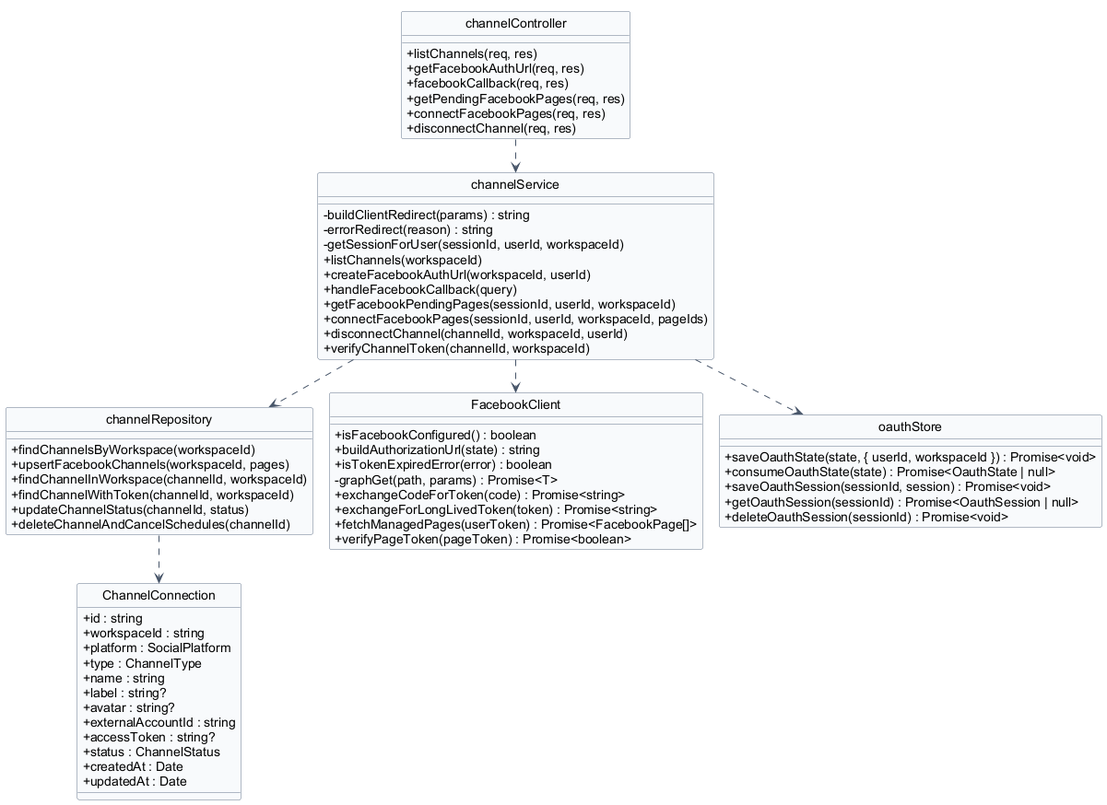
The PlantUML diagram docs/diagrams/04-channel.png in Pham-Hong-Ky/marka-capstone, before a commit.
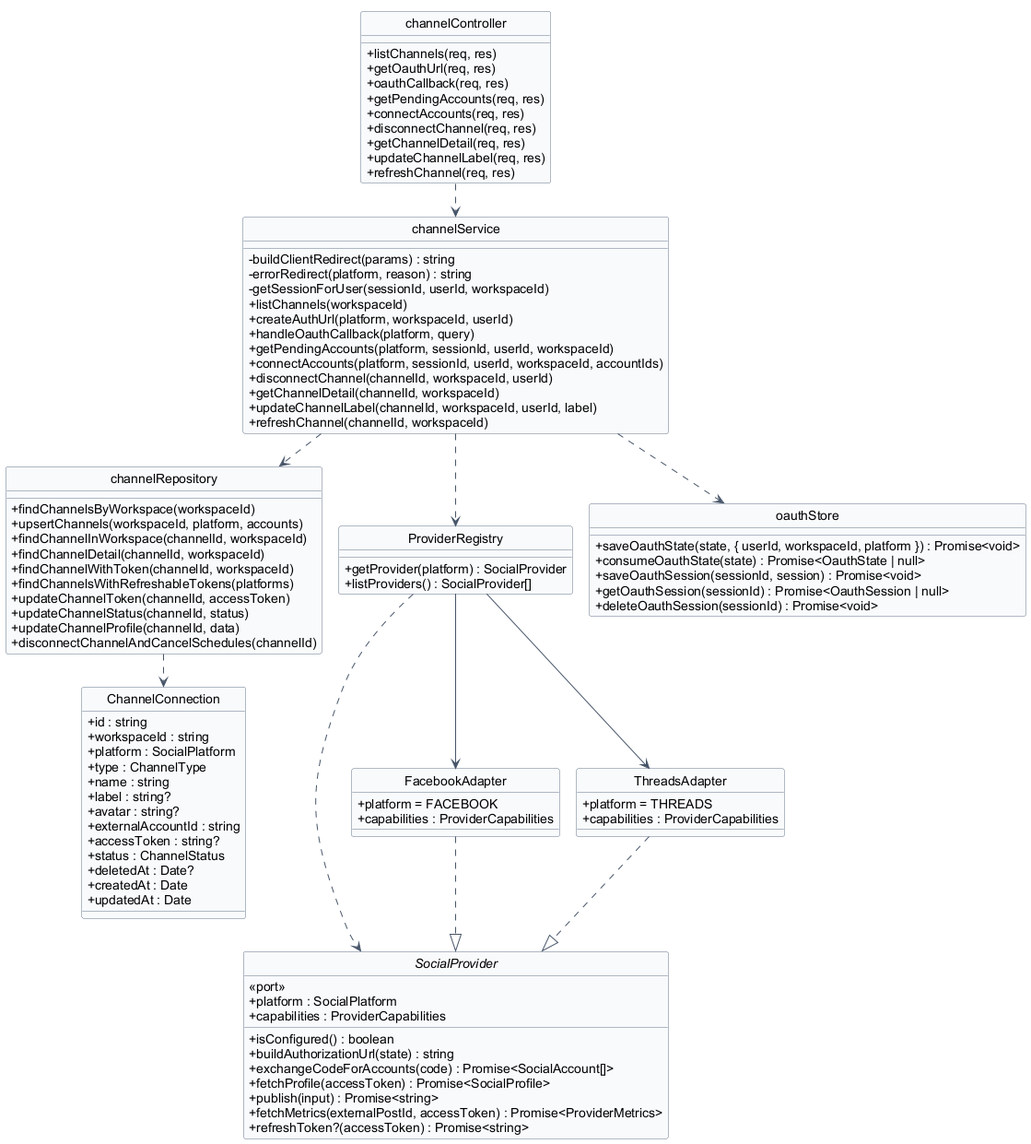
The same diagram one commit later.

What changed in the source:
```diff
@@ -26,54 +26,81 @@
   + externalAccountId : string
   + accessToken : string?
   + status : ChannelStatus
+  + deletedAt : Date?
   + createdAt : Date
   + updatedAt : Date
 }
 
 class "channelController" as channelController {
   + listChannels(req, res)
-  + getFacebookAuthUrl(req, res)
-  + facebookCallback(req, res)
-  + getPendingFacebookPages(req, res)
-  + connectFacebookPages(req, res)
+  + getOauthUrl(req, res)
+  + oauthCallback(req, res)
+  + getPendingAccounts(req, res)
+  + connectAccounts(req, res)
   + disconnectChannel(req, res)
+  + getChannelDetail(req, res)
+  + updateChannelLabel(req, res)
+  + refreshChannel(req, res)
 }
 
 class "channelService" as channelService {
   - buildClientRedirect(params) : string
-  - errorRedirect(reason) : string
+  - errorRedirect(platform, reason) : string
   - getSessionForUser(sessionId, userId, workspaceId)
   + listChannels(workspaceId)
-  + createFacebookAuthUrl(workspaceId, userId)
-  + handleFacebookCallback(query)
-  + getFacebookPendingPages(sessionId, userId, workspaceId)
-  + connectFacebookPages(sessionId, userId, workspaceId, pageIds)
+  + createAuthUrl(platform, workspaceId, userId)
+  + handleOauthCallback(platform, query)
+  + getPendingAccounts(platform, sessionId, userId, workspaceId)
+  + connectAccounts(platform, sessionId, userId, workspaceId, accountIds)
   + disconnectChannel(channelId, workspaceId, userId)
-  + verifyChannelToken(channelId, workspaceId)
+  + getChannelDetail(channelId, workspaceId)
+  + updateChannelLabel(channelId, workspaceId, userId, label)
+  + refreshChannel(channelId, workspaceId)
 }
 
 class "channelRepository" as channelRepository {
   + findChannelsByWorkspace(workspaceId)
-  + upsertFacebookChannels(workspaceId, pages)
+  + upsertChannels(workspaceId, platform, accounts)
   + findChannelInWorkspace(channelId, workspaceId)
+  + findChannelDetail(channelId, workspaceId)
   + findChannelWithToken(channelId, workspaceId)
+  + findChannelsWithRefreshableTokens(platforms)
+  + updateChannelToken(channelId, accessToken)
   + updateChannelStatus(channelId, status)
-  + deleteChannelAndCancelSchedules(channelId)
+  + updateChannelProfile(channelId, data)
+  + disconnectChannelAndCancelSchedules(channelId)
 }
 
-class "FacebookClient" as facebookClient {
-  + isFacebookConfigured() : boolean
+interface "SocialProvider" as socialProvider {
+  <<port>>
+  + platform : SocialPlatform
+  + capabilities : ProviderCapabilities
+  + isConfigured() : boolean
   + buildAuthorizationUrl(state) : string
-  + isTokenExpiredError(error) : boolean
-  - graphGet(path, params) : Promise<T>
-  + exchangeCodeForToken(code) : Promise<string>
-  + exchangeForLongLivedToken(token) : Promise<string>
-  + fetchManagedPages(userToken) : Promise<FacebookPage[]>
-  + verifyPageToken(pageToken) : Promise<boolean>
+  + exchangeCodeForAccounts(code) : Promise<SocialAccount[]>
+  + fetchProfile(accessToken) : Promise<SocialProfile>
+  + publish(input) : Promise<string>
+  + fetchMetrics(externalPostId, accessToken) : Promise<ProviderMetrics>
+  + refreshToken?(accessToken) : Promise<string>
+}
+
+class "FacebookAdapter" as facebookAdapter {
+  + platform = FACEBOOK
+  + capabilities : ProviderCapabilities
+}
+
+class "ThreadsAdapter" as threadsAdapter {
+  + platform = THREADS
+  + capabilities : ProviderCapabilities
+}
+
+class "ProviderRegistry" as providerRegistry {
+  + getProvider(platform) : SocialProvider
+  + listProviders() : SocialProvider[]
 }
 
 class "oauthStore" as oauthStore {
-  + saveOauthState(state, { userId, workspaceId }) : Promise<void>
+  + saveOauthState(state, { userId, workspaceId, platform }) : Promise<void>
   + consumeOauthState(state) : Promise<OauthState | null>
   + saveOauthSession(sessionId, session) : Promise<void>
   + getOauthSession(sessionId) : Promise<OauthSession | null>
@@ -82,8 +109,13 @@
 
 channelController ..> channelService
 channelService ..> channelRepository
-channelService ..> facebookClient
+channelService ..> providerRegistry
 channelService ..> oauthStore
 channelRepository ..> ChannelConnection
+providerRegistry ..> socialProvider
+providerRegistry --> facebookAdapter
+providerRegistry --> threadsAdapter
+facebookAdapter ..|> socialProvider
+threadsAdapter ..|> socialProvider
 
 @enduml
```
